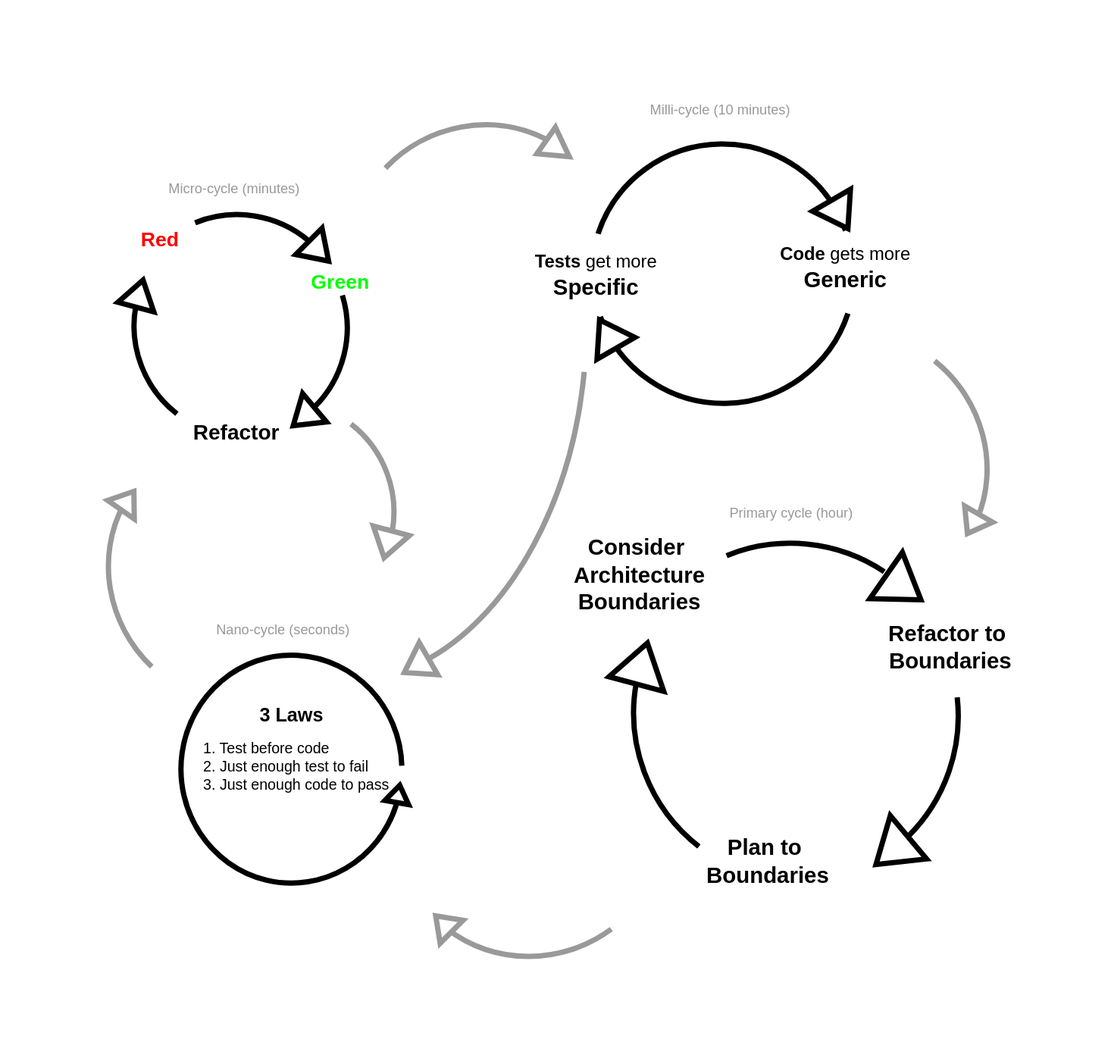
This is post-media/Cycles-Of-TDD/tdd-cycles.drawio.svg from farlee2121/DevEssentialsBlog, a draw.io export, as it was before one commit. Source tidied: cells renumbered, new cells last; positions are measured from the earlier drawing's top-left corner, leaving out a move shared by most shapes.
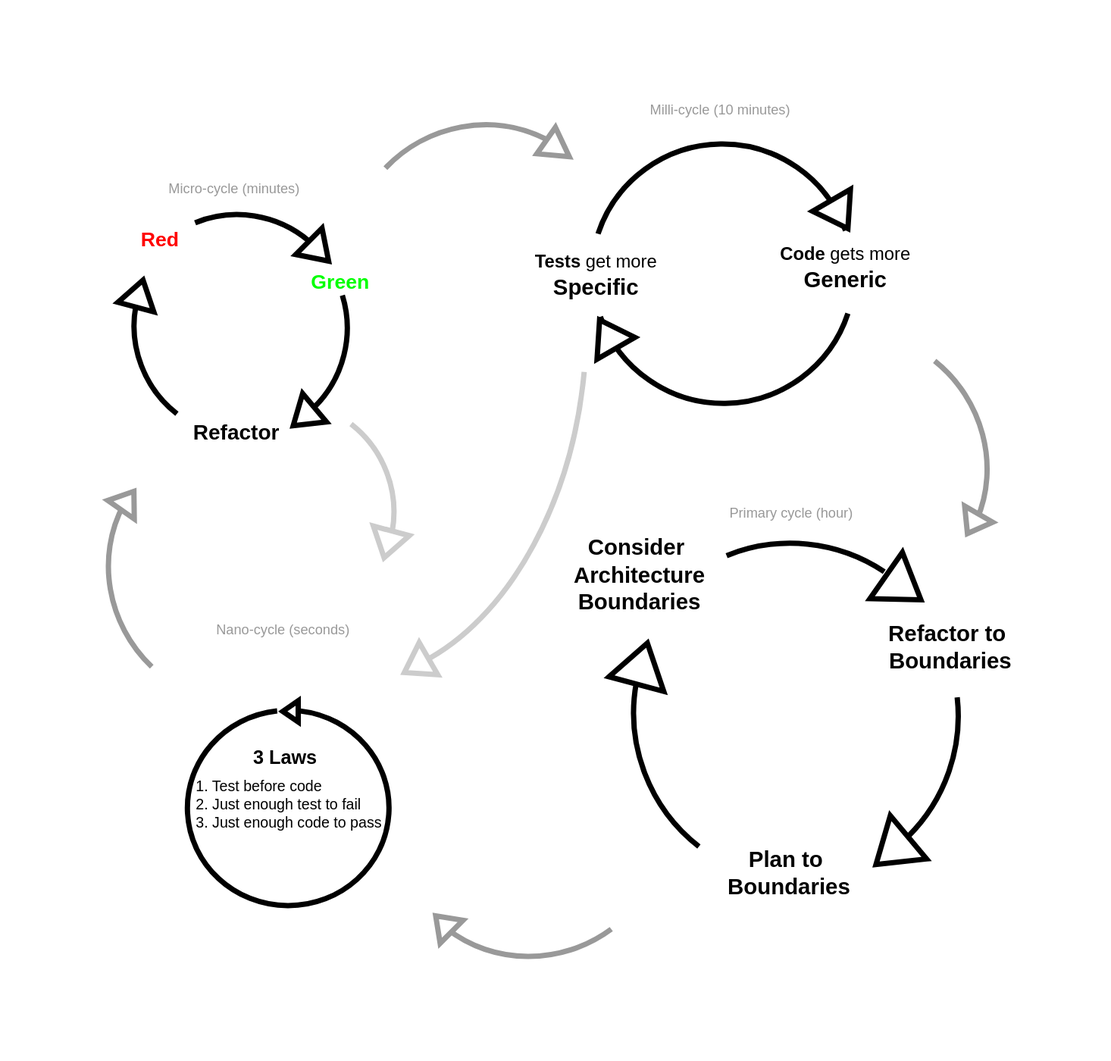
After the commit.

Change to the diagram source:
```diff
@@ -2,21 +2,15 @@
   <root>
     <mxCell id="0" />
     <mxCell id="1" parent="0" />
-    <mxCell id="2" style="group;" parent="1" vertex="1">
-      <mxGeometry x="140" y="590" width="228.5" height="214.8" as="geometry" />
+    <mxCell id="2" style="group;rotation=-90;" parent="1" vertex="1">
+      <mxGeometry x="140" y="630" width="202.1" height="190" as="geometry" />
     </mxCell>
-    <mxCell id="3" style="verticalLabelPosition=bottom;verticalAlign=top;html=1;shape=mxgraph.basic.arc;startAngle=0.3;endAngle=0.24522678332873485;strokeWidth=5;strokeColor=#000000;" parent="2" vertex="1">
-      <mxGeometry width="208.2" height="214.8" as="geometry" />
+    <mxCell id="3" style="verticalLabelPosition=bottom;verticalAlign=top;html=1;shape=mxgraph.basic.arc;startAngle=0.26900770392397483;endAngle=0.23256305975111793;strokeWidth=5;strokeColor=#000000;rotation=-90;" parent="2" vertex="1">
+      <mxGeometry x="9" y="9" width="184.1" height="190" as="geometry" />
     </mxCell>
-    <mxCell id="4" style="triangle;whiteSpace=wrap;html=1;strokeWidth=5;rotation=-80;strokeColor=#000000;" parent="2" vertex="1">
-      <mxGeometry x="196.6" y="119.5" width="16.4" height="22.6" as="geometry" />
+    <mxCell id="4" style="triangle;whiteSpace=wrap;html=1;strokeWidth=5;rotation=-180;strokeColor=#000000;" parent="2" vertex="1">
+      <mxGeometry x="96" y="3" width="14.5" height="20" as="geometry" />
     </mxCell>
-    <mxCell id="5" value="&lt;b&gt;&lt;font style=&quot;font-size: 18px&quot;&gt;3 Laws&lt;/font&gt;&lt;/b&gt;" style="text;html=1;strokeColor=none;fillColor=none;align=center;verticalAlign=middle;whiteSpace=wrap;rounded=0;" parent="2" vertex="1">
-      <mxGeometry x="59.6" y="46.2" width="88.9" height="22.2" as="geometry" />
-    </mxCell>
-    <mxCell id="6" value="&lt;div style=&quot;text-align: left ; font-size: 14px&quot;&gt;&lt;font style=&quot;font-size: 14px&quot;&gt;1. Test before code&lt;/font&gt;&lt;/div&gt;&lt;div style=&quot;text-align: left ; font-size: 14px&quot;&gt;&lt;span&gt;&lt;font style=&quot;font-size: 14px&quot;&gt;2. Just enough test to fail&lt;/font&gt;&lt;/span&gt;&lt;/div&gt;&lt;div style=&quot;text-align: left ; font-size: 14px&quot;&gt;&lt;font style=&quot;font-size: 14px&quot;&gt;3. Just enough code to pass&lt;/font&gt;&lt;/div&gt;" style="text;html=1;strokeColor=none;fillColor=none;align=center;verticalAlign=middle;whiteSpace=wrap;rounded=0;" parent="2" vertex="1">
-      <mxGeometry x="18.4" y="81.2" width="181.6" height="47.3" as="geometry" />
-    </mxCell>
     <mxCell id="7" style="group;" parent="1" vertex="1">
       <mxGeometry x="470" y="400" width="500" height="500" as="geometry" />
     </mxCell>
@@ -54,7 +48,7 @@
       <mxGeometry x="236" y="263.4" width="40" height="53.3" as="geometry" />
     </mxCell>
     <mxCell id="19" value="&lt;font style=&quot;font-size: 21px&quot; color=&quot;#000000&quot;&gt;Plan to&lt;br&gt;&amp;nbsp;Boundaries&lt;/font&gt;" style="text;html=1;align=center;verticalAlign=middle;fontSize=19;fontColor=#FF0000;fontStyle=1;" parent="16" vertex="1">
-      <mxGeometry x="65.9" y="274" width="140" height="50" as="geometry" />
+      <mxGeometry x="85.6" y="285.5" width="140" height="50" as="geometry" />
     </mxCell>
     <mxCell id="20" value="&lt;font style=&quot;font-size: 21px&quot; color=&quot;#000000&quot;&gt;Refactor to&amp;nbsp;&lt;br&gt;Boundaries&lt;br&gt;&lt;/font&gt;" style="text;html=1;align=center;verticalAlign=middle;fontSize=19;fontColor=#FF0000;fontStyle=1;" parent="16" vertex="1">
       <mxGeometry x="245.1" y="72" width="130" height="50" as="geometry" />
@@ -62,19 +56,19 @@
     <mxCell id="21" style="group;rotation=6;flipH=1;flipV=1;" parent="1" vertex="1">
       <mxGeometry x="220" y="250" width="293.7" height="367" as="geometry" />
     </mxCell>
-    <mxCell id="22" style="verticalLabelPosition=bottom;verticalAlign=top;html=1;shape=mxgraph.basic.arc;startAngle=0.2468173254495136;endAngle=0.42841853437683697;strokeWidth=5;rotation=6;strokeColor=#999999;" parent="21" vertex="1">
+    <mxCell id="22" style="verticalLabelPosition=bottom;verticalAlign=top;html=1;shape=mxgraph.basic.arc;startAngle=0.2468173254495136;endAngle=0.42841853437683697;strokeWidth=5;rotation=6;strokeColor=#CCCCCC;" parent="21" vertex="1">
       <mxGeometry x="-110" y="-250" width="410.5" height="615.4" as="geometry" />
     </mxCell>
-    <mxCell id="23" style="triangle;whiteSpace=wrap;html=1;strokeWidth=5;rotation=-210;strokeColor=#999999;" parent="21" vertex="1">
+    <mxCell id="23" style="triangle;whiteSpace=wrap;html=1;strokeWidth=5;rotation=-210;strokeColor=#CCCCCC;" parent="21" vertex="1">
       <mxGeometry x="128.8" y="332.3" width="26.2" height="35" as="geometry" />
     </mxCell>
     <mxCell id="24" style="group;rotation=-45;flipH=1;flipV=1;" parent="21" vertex="1">
       <mxGeometry x="-102.3" y="90" width="243.5" height="277" as="geometry" />
     </mxCell>
-    <mxCell id="25" style="verticalLabelPosition=bottom;verticalAlign=top;html=1;shape=mxgraph.basic.arc;startAngle=0.23041026108933002;endAngle=0.40334437144925467;strokeWidth=5;rotation=-45;labelBackgroundColor=#ffffff;strokeColor=#999999;" parent="24" vertex="1">
+    <mxCell id="25" style="verticalLabelPosition=bottom;verticalAlign=top;html=1;shape=mxgraph.basic.arc;startAngle=0.23041026108933002;endAngle=0.40334437144925467;strokeWidth=5;rotation=-45;labelBackgroundColor=#ffffff;strokeColor=#CCCCCC;" parent="24" vertex="1">
       <mxGeometry x="13" y="10" width="210" height="210" as="geometry" />
     </mxCell>
-    <mxCell id="26" style="triangle;whiteSpace=wrap;html=1;strokeWidth=5;rotation=105;strokeColor=#999999;" parent="24" vertex="1">
+    <mxCell id="26" style="triangle;whiteSpace=wrap;html=1;strokeWidth=5;rotation=105;strokeColor=#CCCCCC;" parent="24" vertex="1">
       <mxGeometry x="204" y="128" width="26.2" height="35" as="geometry" />
     </mxCell>
     <mxCell id="27" style="group;rotation=-115;flipH=1;flipV=1;" parent="1" vertex="1">
@@ -200,5 +194,11 @@
     <mxCell id="67" style="triangle;whiteSpace=wrap;html=1;strokeWidth=5;rotation=-495;strokeColor=#999999;" parent="65" vertex="1">
       <mxGeometry x="47" y="148" width="21.1" height="30.5" as="geometry" />
     </mxCell>
+    <mxCell id="5" value="&lt;b&gt;&lt;font style=&quot;font-size: 18px&quot;&gt;3 Laws&lt;/font&gt;&lt;/b&gt;" style="text;html=1;strokeColor=none;fillColor=none;align=center;verticalAlign=middle;whiteSpace=wrap;rounded=0;fontColor=#000000;" parent="1" vertex="1">
+      <mxGeometry x="198.8" y="676.9" width="78.6" height="19.7" as="geometry" />
+    </mxCell>
+    <mxCell id="6" value="&lt;div style=&quot;text-align: left ; font-size: 14px&quot;&gt;&lt;font style=&quot;font-size: 14px&quot;&gt;1. Test before code&lt;/font&gt;&lt;/div&gt;&lt;div style=&quot;text-align: left ; font-size: 14px&quot;&gt;&lt;span&gt;&lt;font style=&quot;font-size: 14px&quot;&gt;2. Just enough test to fail&lt;/font&gt;&lt;/span&gt;&lt;/div&gt;&lt;div style=&quot;text-align: left ; font-size: 14px&quot;&gt;&lt;font style=&quot;font-size: 14px&quot;&gt;3. Just enough code to pass&lt;/font&gt;&lt;/div&gt;" style="text;html=1;strokeColor=none;fillColor=none;align=center;verticalAlign=middle;whiteSpace=wrap;rounded=0;fontColor=#000000;" parent="1" vertex="1">
+      <mxGeometry x="152.2" y="709.4" width="179.8" height="43.2" as="geometry" />
+    </mxCell>
   </root>
 </mxGraphModel>
```
